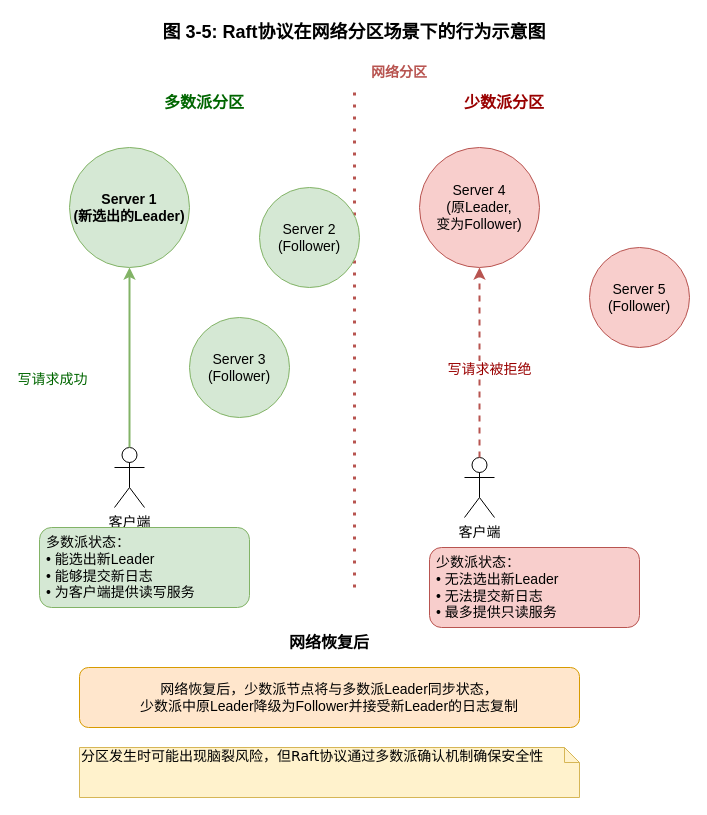
The draw.io diagram projects/ Raft协议在网络分区场景下的行为示意图.drawio in hanzug/draw.io, before the edit. Source tidied: cells renumbered, new cells numbered last; positions are measured from the earlier drawing's top-left corner, leaving out a move shared by most shapes. Both pictures are drawn from the tidied source at 100%, with x=0, y=0 at pixel (39, 17).
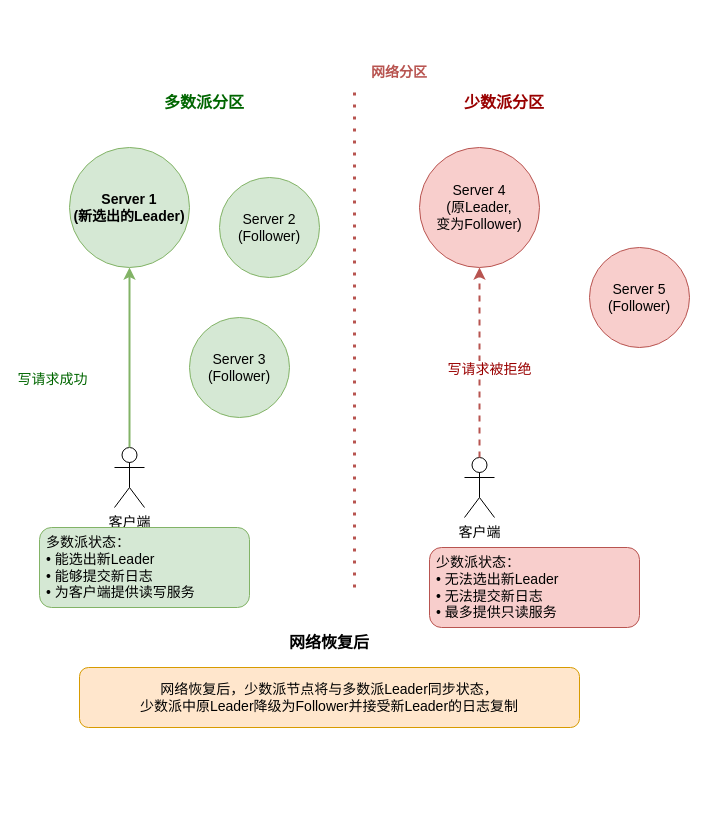
The same page after the edit.

Commit message (it also covers changes not shown here):
更新 Raft协议在网络分区场景下的行为示意图.drawio

What changed in the source:
```diff
@@
-    <mxCell id="2" value="图 3-5: Raft协议在网络分区场景下的行为示意图" style="text;html=1;strokeColor=none;fillColor=none;align=center;verticalAlign=middle;whiteSpace=wrap;rounded=0;fontSize=18;fontStyle=1;" parent="1" vertex="1">
-      <mxGeometry x="65" width="500" height="30" as="geometry" />
-    </mxCell>
@@
     <mxCell id="8" value="Server 2&#10;(Follower)" style="ellipse;whiteSpace=wrap;html=1;fillColor=#d5e8d4;strokeColor=#82b366;fontSize=14;" parent="1" vertex="1">
-      <mxGeometry x="220" y="170" width="100" height="100" as="geometry" />
+      <mxGeometry x="180" y="160" width="100" height="100" as="geometry" />
     </mxCell>
@@
-    <mxCell id="20" value="分区发生时可能出现脑裂风险，但Raft协议通过多数派确认机制确保安全性" style="shape=note;whiteSpace=wrap;html=1;size=15;verticalAlign=top;align=left;spacingTop=-6;rounded=0;shadow=0;comic=0;labelBackgroundColor=none;strokeWidth=1;fontFamily=Verdana;fontSize=14;fillColor=#fff2cc;strokeColor=#d6b656;" parent="1" vertex="1">
-      <mxGeometry x="40" y="730" width="500" height="50" as="geometry" />
-    </mxCell>
```
